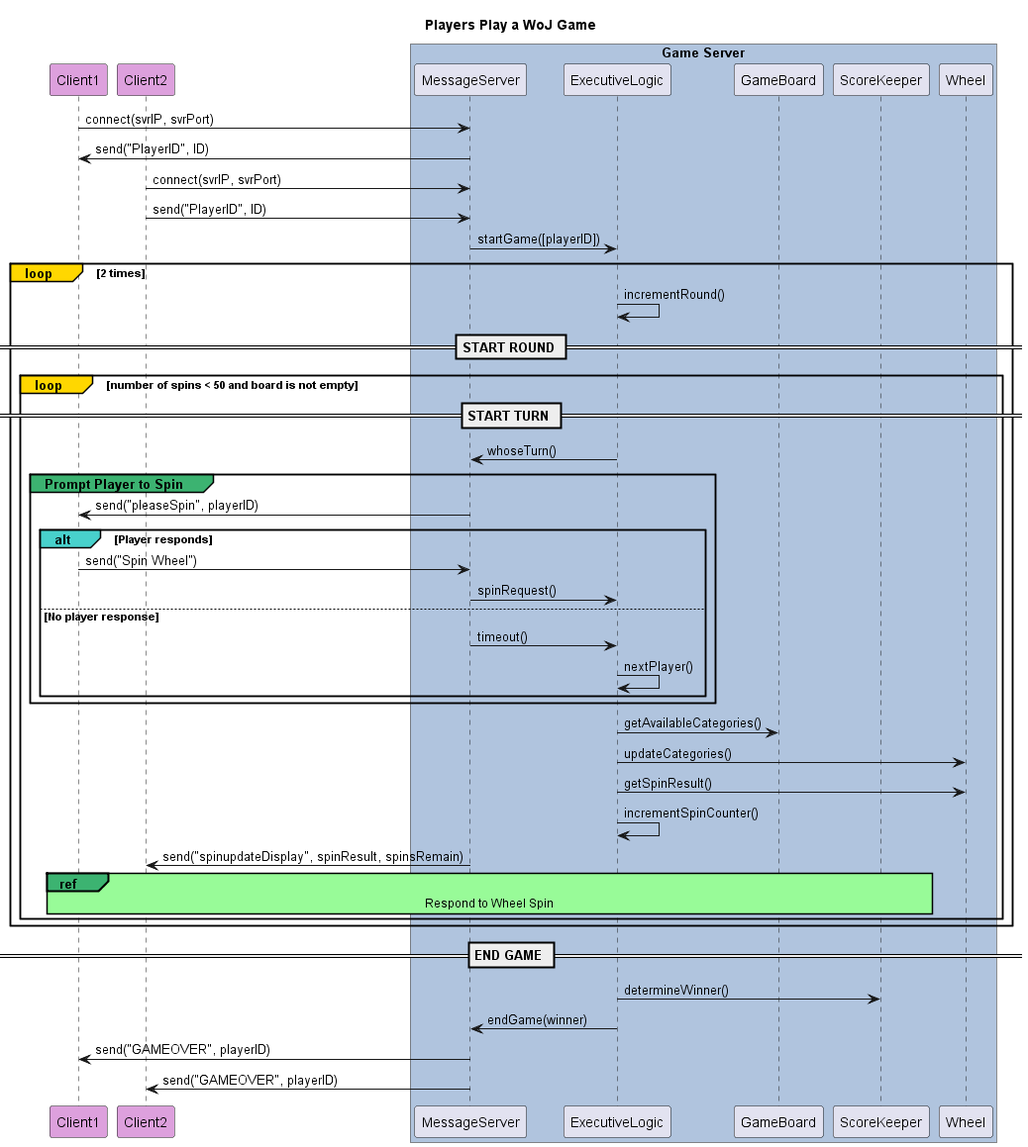
This is out/diagrams/sequence-diagram/Players Play a WoJ Game.png from poszy/def_spinit_project, a PlantUML export, as it was before one commit.
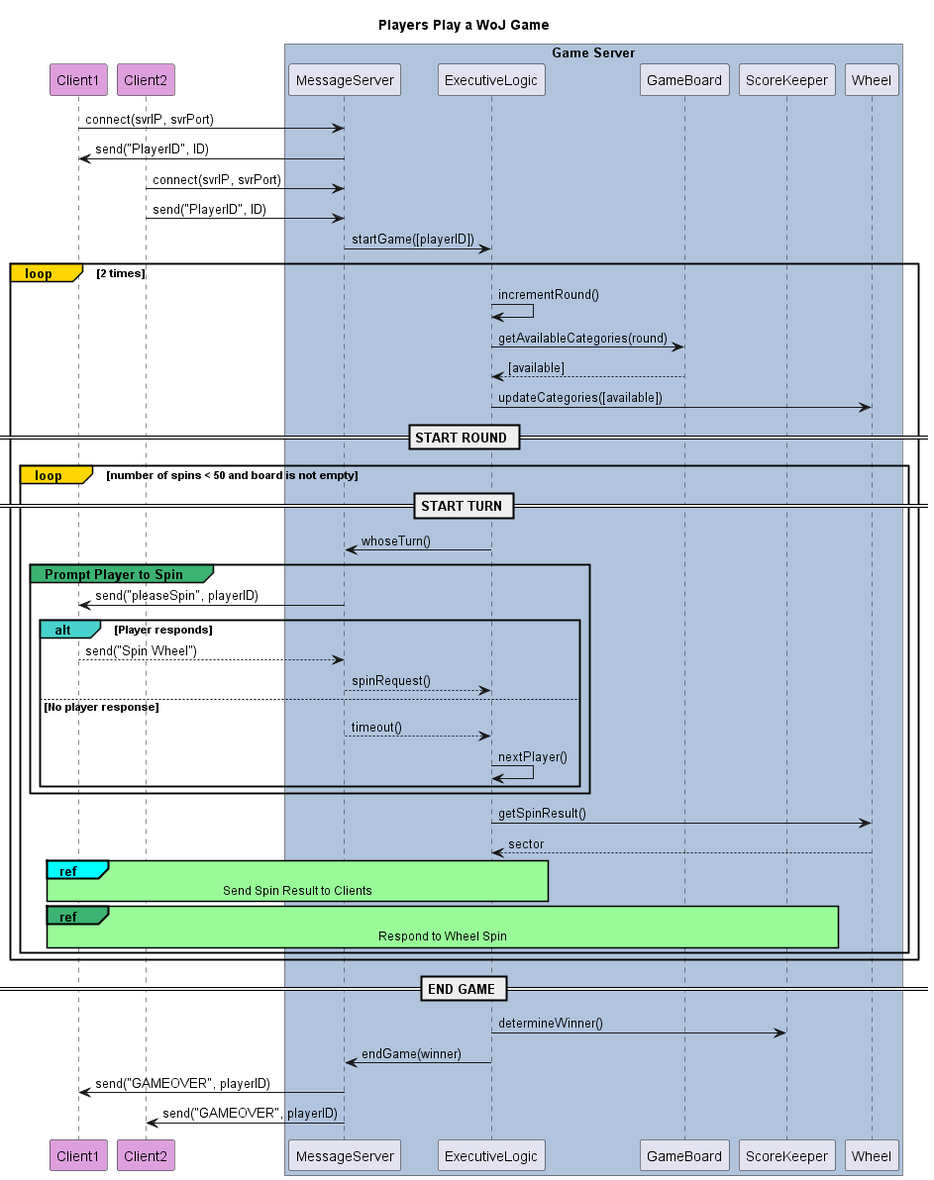
After the commit.

The edit, as a diff of the source:
```diff
@@ -22,7 +22,9 @@
 Server -> ExecutiveLogic : startGame([playerID])
 loop#Gold 2 times
     ExecutiveLogic -> ExecutiveLogic: incrementRound()
-
+    ExecutiveLogic -> GameBoard : getAvailableCategories(round)
+    ExecutiveLogic <-- GameBoard : [available]
+    ExecutiveLogic -> Wheel : updateCategories([available])
     == START ROUND ==
     loop#Gold number of spins < 50 and board is not empty
         == START TURN ==
@@ -33,23 +35,22 @@
 
             alt#MediumTurquoise Player responds
 
-                Client1 -> Server: send("Spin Wheel")
-                Server -> ExecutiveLogic: spinRequest()
+                Client1 --> Server: send("Spin Wheel")
+                Server --> ExecutiveLogic: spinRequest()
 
             else No player response
-                Server -> ExecutiveLogic: timeout()
+                Server --> ExecutiveLogic: timeout()
                 ExecutiveLogic -> ExecutiveLogic: nextPlayer()
 
             end
         end
 
-        ExecutiveLogic -> GameBoard : getAvailableCategories()
-        ExecutiveLogic -> Wheel : updateCategories()
         ExecutiveLogic -> Wheel : getSpinResult()
-        ExecutiveLogic -> ExecutiveLogic : incrementSpinCounter()
+        ExecutiveLogic <-- Wheel : sector
 
-        Client2 <- Server: send("spinupdateDisplay", spinResult, spinsRemain)
-
+        ref#Cyan over Client1, ExecutiveLogic
+            Send Spin Result to Clients
+        end ref
 
         ref over Client1, ScoreKeeper
             Respond to Wheel Spin
```
